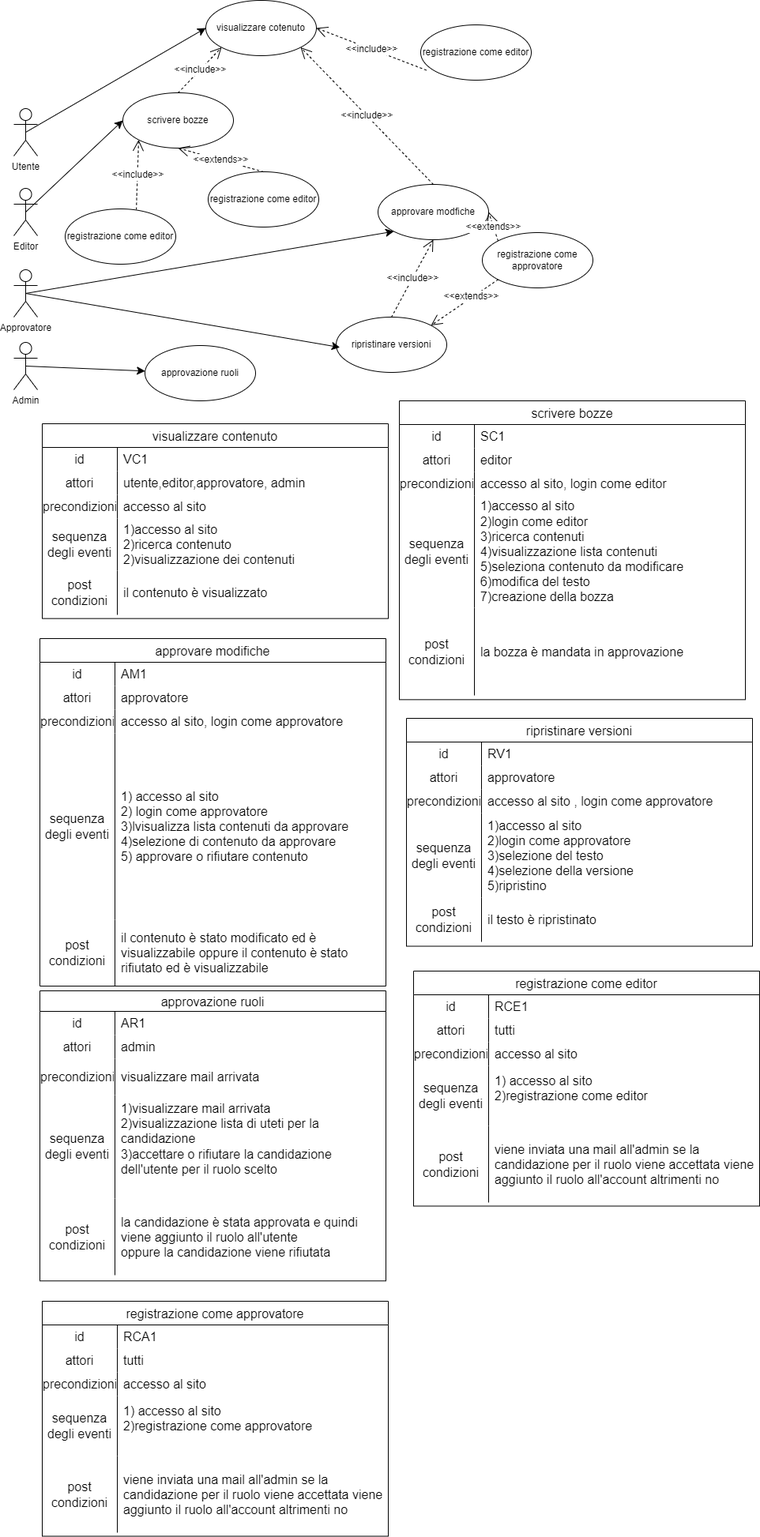
This is assets/schemas/Casi d'uso.drawio.png from AngeloRipamonti/5C_WikiStudenti_DiDonnaKotisRipamontiTacconi, a draw.io export, as it was before one commit. Source tidied: cells renumbered, new cells last; positions are measured from the earlier drawing's top-left corner, leaving out a move shared by most shapes.
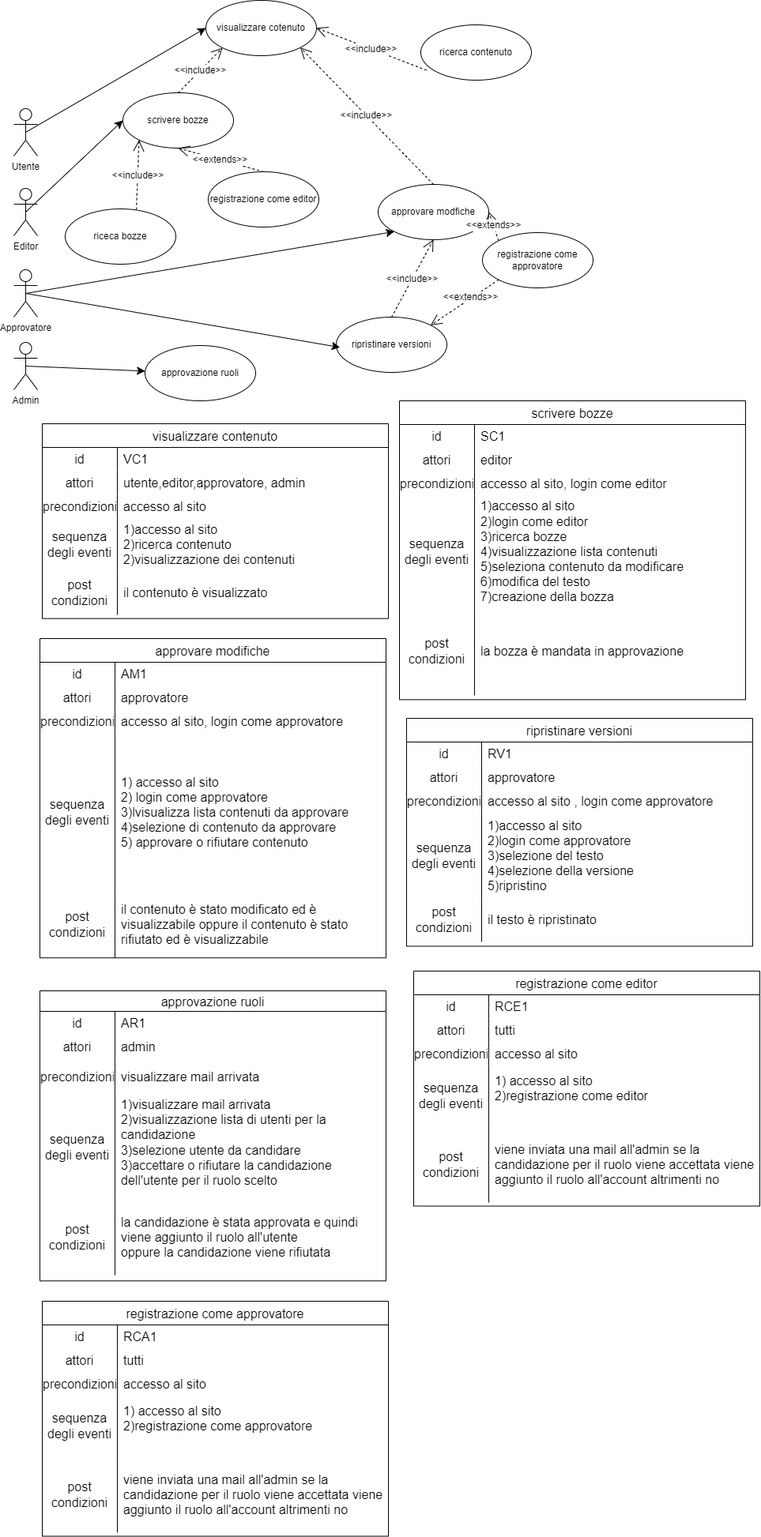
The same diagram one commit later.

Commit message:
casi duso

Diff of the diagram source:
```diff
@@ -137,7 +137,7 @@
     <mxCell id="46" value="sequenza degli eventi" style="shape=partialRectangle;html=1;whiteSpace=wrap;fillColor=none;top=0;left=0;bottom=0;right=0;overflow=hidden;strokeColor=inherit;fontSize=16;" parent="45" vertex="1">
       <mxGeometry width="95" height="142" as="geometry" />
     </mxCell>
-    <mxCell id="47" value="1)accesso al sito&lt;div&gt;2)login come editor&lt;/div&gt;&lt;div&gt;3)ricerca contenuti&lt;/div&gt;&lt;div&gt;4)visualizzazione lista contenuti&lt;/div&gt;&lt;div&gt;5)seleziona contenuto da modificare&lt;/div&gt;&lt;div&gt;6)modifica del testo&lt;/div&gt;&lt;div&gt;7)creazione della bozza&lt;/div&gt;" style="shape=partialRectangle;html=1;whiteSpace=wrap;fillColor=none;top=0;left=0;bottom=0;right=0;align=left;spacingLeft=6;overflow=hidden;strokeColor=inherit;fontSize=16;" parent="45" vertex="1">
+    <mxCell id="47" value="1)accesso al sito&lt;div&gt;2)login come editor&lt;/div&gt;&lt;div&gt;3)ricerca bozze&lt;/div&gt;&lt;div&gt;4)visualizzazione lista contenuti&lt;/div&gt;&lt;div&gt;5)seleziona contenuto da modificare&lt;/div&gt;&lt;div&gt;6)modifica del testo&lt;/div&gt;&lt;div&gt;7)creazione della bozza&lt;/div&gt;" style="shape=partialRectangle;html=1;whiteSpace=wrap;fillColor=none;top=0;left=0;bottom=0;right=0;align=left;spacingLeft=6;overflow=hidden;strokeColor=inherit;fontSize=16;" parent="45" vertex="1">
       <mxGeometry x="95" width="343" height="142" as="geometry" />
     </mxCell>
     <mxCell id="48" style="shape=tableRow;horizontal=0;startSize=0;swimlaneHead=0;swimlaneBody=0;top=0;left=0;bottom=0;right=0;fillColor=none;strokeColor=inherit;fontSize=16;" parent="35" vertex="1">
@@ -150,7 +150,7 @@
       <mxGeometry x="95" width="343" height="111" as="geometry" />
     </mxCell>
     <mxCell id="51" value="approvare modifiche" style="shape=table;startSize=30;rowLines=0;fontStyle=0;strokeColor=default;fontSize=16;" parent="1" vertex="1">
-      <mxGeometry x="33" y="808" width="438" height="440" as="geometry" />
+      <mxGeometry x="33" y="808" width="438" height="404.2" as="geometry" />
     </mxCell>
     <mxCell id="52" style="shape=tableRow;horizontal=0;startSize=0;swimlaneHead=0;swimlaneBody=0;top=0;left=0;bottom=0;right=0;fillColor=none;strokeColor=inherit;fontSize=16;" parent="51" vertex="1">
       <mxGeometry y="30" width="438" height="30" as="geometry" />
@@ -180,16 +180,16 @@
       <mxGeometry x="95" width="343" height="30" as="geometry" />
     </mxCell>
     <mxCell id="61" style="shape=tableRow;horizontal=0;startSize=0;swimlaneHead=0;swimlaneBody=0;top=0;left=0;bottom=0;right=0;fillColor=none;strokeColor=inherit;fontSize=16;" parent="51" vertex="1">
-      <mxGeometry y="120" width="438" height="236" as="geometry" />
+      <mxGeometry y="120" width="438" height="200" as="geometry" />
     </mxCell>
     <mxCell id="62" value="sequenza degli eventi" style="shape=partialRectangle;html=1;whiteSpace=wrap;fillColor=none;top=0;left=0;bottom=0;right=0;overflow=hidden;strokeColor=inherit;fontSize=16;" parent="61" vertex="1">
-      <mxGeometry width="95" height="236" as="geometry" />
+      <mxGeometry width="95" height="200" as="geometry" />
     </mxCell>
     <mxCell id="63" value="1) accesso al sito&lt;div&gt;2) login come approvatore&lt;/div&gt;&lt;div&gt;3)lvisualizza lista contenuti da approvare&lt;/div&gt;&lt;div&gt;4)selezione di contenuto da approvare&lt;span style=&quot;background-color: transparent;&quot;&gt;&amp;nbsp;&lt;/span&gt;&lt;/div&gt;&lt;div&gt;5) approvare o rifiutare contenuto&lt;/div&gt;" style="shape=partialRectangle;html=1;whiteSpace=wrap;fillColor=none;top=0;left=0;bottom=0;right=0;align=left;spacingLeft=6;overflow=hidden;strokeColor=inherit;fontSize=16;" parent="61" vertex="1">
-      <mxGeometry x="95" width="343" height="236" as="geometry" />
+      <mxGeometry x="95" width="343" height="200" as="geometry" />
     </mxCell>
     <mxCell id="64" style="shape=tableRow;horizontal=0;startSize=0;swimlaneHead=0;swimlaneBody=0;top=0;left=0;bottom=0;right=0;fillColor=none;strokeColor=inherit;fontSize=16;" parent="51" vertex="1">
-      <mxGeometry y="356" width="438" height="84" as="geometry" />
+      <mxGeometry y="320" width="438" height="84" as="geometry" />
     </mxCell>
     <mxCell id="65" value="post condizioni" style="shape=partialRectangle;html=1;whiteSpace=wrap;fillColor=none;top=0;left=0;bottom=0;right=0;overflow=hidden;strokeColor=inherit;fontSize=16;" parent="64" vertex="1">
       <mxGeometry width="95" height="84" as="geometry" />
@@ -281,7 +281,7 @@
     <mxCell id="94" value="sequenza degli eventi" style="shape=partialRectangle;html=1;whiteSpace=wrap;fillColor=none;top=0;left=0;bottom=0;right=0;overflow=hidden;strokeColor=inherit;fontSize=16;" parent="93" vertex="1">
       <mxGeometry width="95" height="131" as="geometry" />
     </mxCell>
-    <mxCell id="95" value="1)visualizzare mail arrivata&lt;div&gt;&lt;font color=&quot;#000000&quot;&gt;2)visualizzazione lista di uteti per la candidazione&lt;br&gt;&lt;/font&gt;&lt;div&gt;&lt;div&gt;3)accettare o rifiutare la candidazione dell'utente per il ruolo scelto&lt;/div&gt;&lt;/div&gt;&lt;div&gt;&lt;br&gt;&lt;/div&gt;&lt;/div&gt;" style="shape=partialRectangle;html=1;whiteSpace=wrap;fillColor=none;top=0;left=0;bottom=0;right=0;align=left;spacingLeft=6;overflow=hidden;strokeColor=inherit;fontSize=16;" parent="93" vertex="1">
+    <mxCell id="95" value="1)visualizzare mail arrivata&lt;div&gt;&lt;font color=&quot;#000000&quot;&gt;2)visualizzazione lista di utenti per la candidazione&lt;/font&gt;&lt;/div&gt;&lt;div&gt;&lt;font color=&quot;#000000&quot;&gt;&lt;font color=&quot;#000000&quot;&gt;3)selezione utente da candidare&lt;br&gt;&lt;/font&gt;&lt;/font&gt;&lt;div&gt;&lt;div&gt;3)accettare o rifiutare la candidazione dell'utente per il ruolo scelto&lt;/div&gt;&lt;/div&gt;&lt;div&gt;&lt;br&gt;&lt;/div&gt;&lt;/div&gt;" style="shape=partialRectangle;html=1;whiteSpace=wrap;fillColor=none;top=0;left=0;bottom=0;right=0;align=left;spacingLeft=6;overflow=hidden;strokeColor=inherit;fontSize=16;" parent="93" vertex="1">
       <mxGeometry x="95" width="343" height="131" as="geometry" />
     </mxCell>
     <mxCell id="96" style="shape=tableRow;horizontal=0;startSize=0;swimlaneHead=0;swimlaneBody=0;top=0;left=0;bottom=0;right=0;fillColor=none;strokeColor=inherit;fontSize=16;" parent="83" vertex="1">
@@ -404,13 +404,13 @@
     <mxCell id="135" value="viene inviata una mail all'admin se la candidazione per il ruolo viene accettata viene aggiunto il ruolo all'account altrimenti no" style="shape=partialRectangle;html=1;whiteSpace=wrap;fillColor=none;top=0;left=0;bottom=0;right=0;align=left;spacingLeft=6;overflow=hidden;strokeColor=inherit;fontSize=16;" parent="133" vertex="1">
       <mxGeometry x="95" width="343" height="97" as="geometry" />
     </mxCell>
-    <mxCell id="136" value="registrazione come editor" style="ellipse;whiteSpace=wrap;html=1;" parent="1" vertex="1">
+    <mxCell id="136" value="ricerca contenuto" style="ellipse;whiteSpace=wrap;html=1;" parent="1" vertex="1">
       <mxGeometry x="515" y="31" width="140" height="70" as="geometry" />
     </mxCell>
     <mxCell id="137" value="&amp;lt;&amp;lt;include&amp;gt;&amp;gt;" style="endArrow=open;endSize=12;dashed=1;html=1;rounded=0;fontSize=12;curved=1;entryX=1;entryY=0.5;entryDx=0;entryDy=0;exitX=0.052;exitY=0.82;exitDx=0;exitDy=0;exitPerimeter=0;" parent="1" edge="1" source="136" target="8">
       <mxGeometry relative="1" as="geometry" />
     </mxCell>
-    <mxCell id="138" value="registrazione come editor" style="ellipse;whiteSpace=wrap;html=1;" parent="1" vertex="1">
+    <mxCell id="138" value="riceca bozze" style="ellipse;whiteSpace=wrap;html=1;" parent="1" vertex="1">
       <mxGeometry x="65" y="264" width="140" height="70" as="geometry" />
     </mxCell>
     <mxCell id="139" value="&amp;lt;&amp;lt;include&amp;gt;&amp;gt;" style="endArrow=open;endSize=12;dashed=1;html=1;rounded=0;fontSize=12;curved=1;entryX=0;entryY=1;entryDx=0;entryDy=0;exitX=0.643;exitY=0.012;exitDx=0;exitDy=0;exitPerimeter=0;" parent="1" edge="1" source="138" target="9">
```
